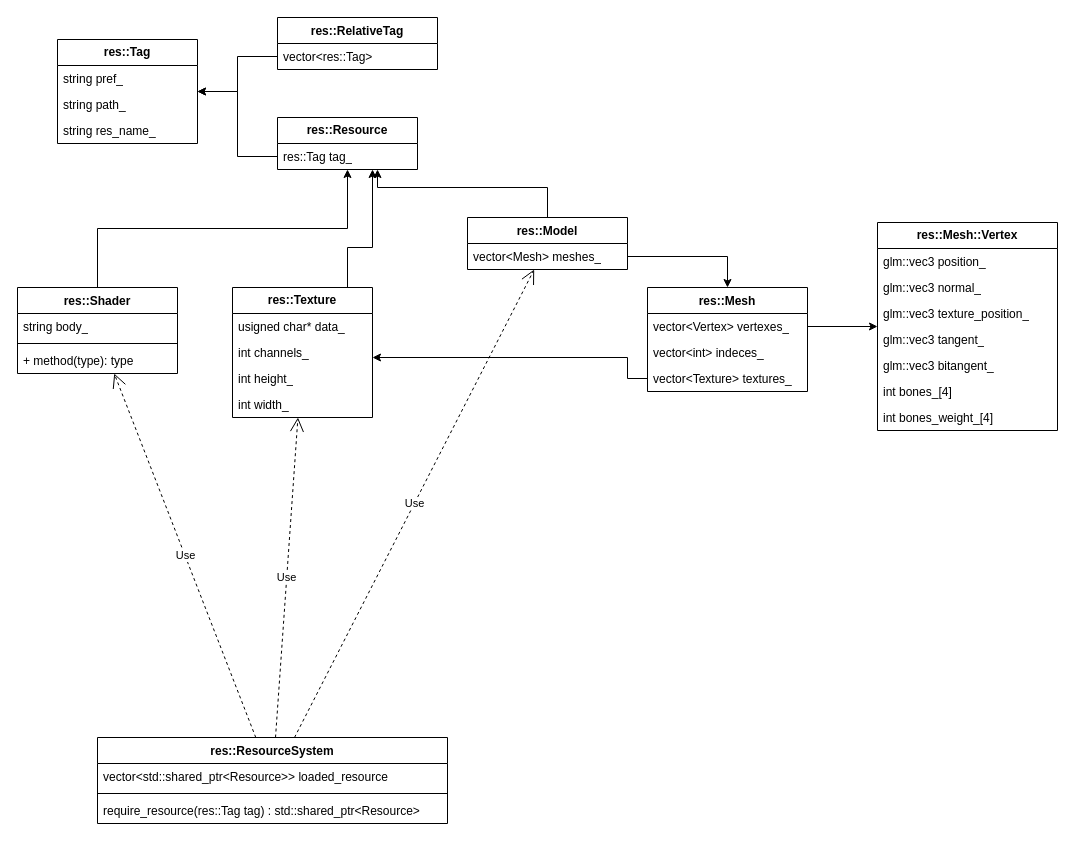
Earlier version of the draw.io diagram page "Resourse system" (2 of 2) of engine_diagram.drawio (Prorok1015/3D_Snake_OpenGL). Source tidied: cells renumbered, new cells numbered last; positions are measured from the earlier drawing's top-left corner, leaving out a move shared by most shapes. Both pictures are drawn from the tidied source at 100%, with x=0, y=0 at pixel (17, 17).
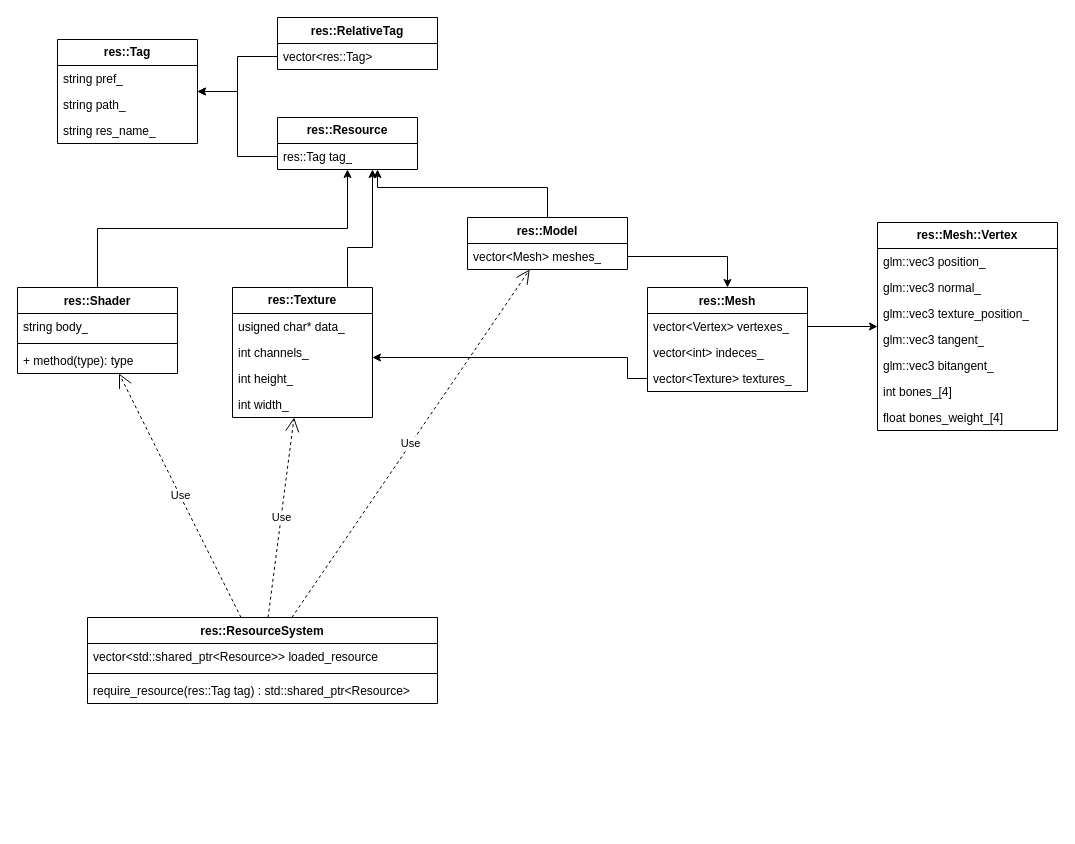
Above is the later version.

The change refers to these unchanged cells:
```xml
<mxCell id="21" value="&lt;b&gt;res::Mesh::Vertex&lt;/b&gt;" style="swimlane;fontStyle=0;horizontal=1;startSize=26;fillColor=none;whiteSpace=wrap;html=1;" parent="1" vertex="1">
  <mxGeometry x="860" y="205" width="180" height="208" as="geometry" />
</mxCell>
```

Diff of the diagram source:
```diff
@@
     <mxCell id="2" value="res::ResourceSystem" style="swimlane;fontStyle=1;align=center;verticalAlign=top;horizontal=1;startSize=26;whiteSpace=wrap;html=1;" parent="1" vertex="1">
-      <mxGeometry x="80" y="720" width="350" height="86" as="geometry" />
+      <mxGeometry x="70" y="600" width="350" height="86" as="geometry" />
     </mxCell>
@@
-    <mxCell id="28" value="int bones_weight_[4]" style="text;strokeColor=none;fillColor=none;align=left;verticalAlign=top;spacingLeft=4;spacingRight=4;overflow=hidden;whiteSpace=wrap;html=1;" parent="21" vertex="1">
+    <mxCell id="28" value="float bones_weight_[4]" style="text;strokeColor=none;fillColor=none;align=left;verticalAlign=top;spacingLeft=4;spacingRight=4;overflow=hidden;whiteSpace=wrap;html=1;" parent="21" vertex="1">
       <mxGeometry y="182" width="180" height="26" as="geometry" />
     </mxCell>
```
